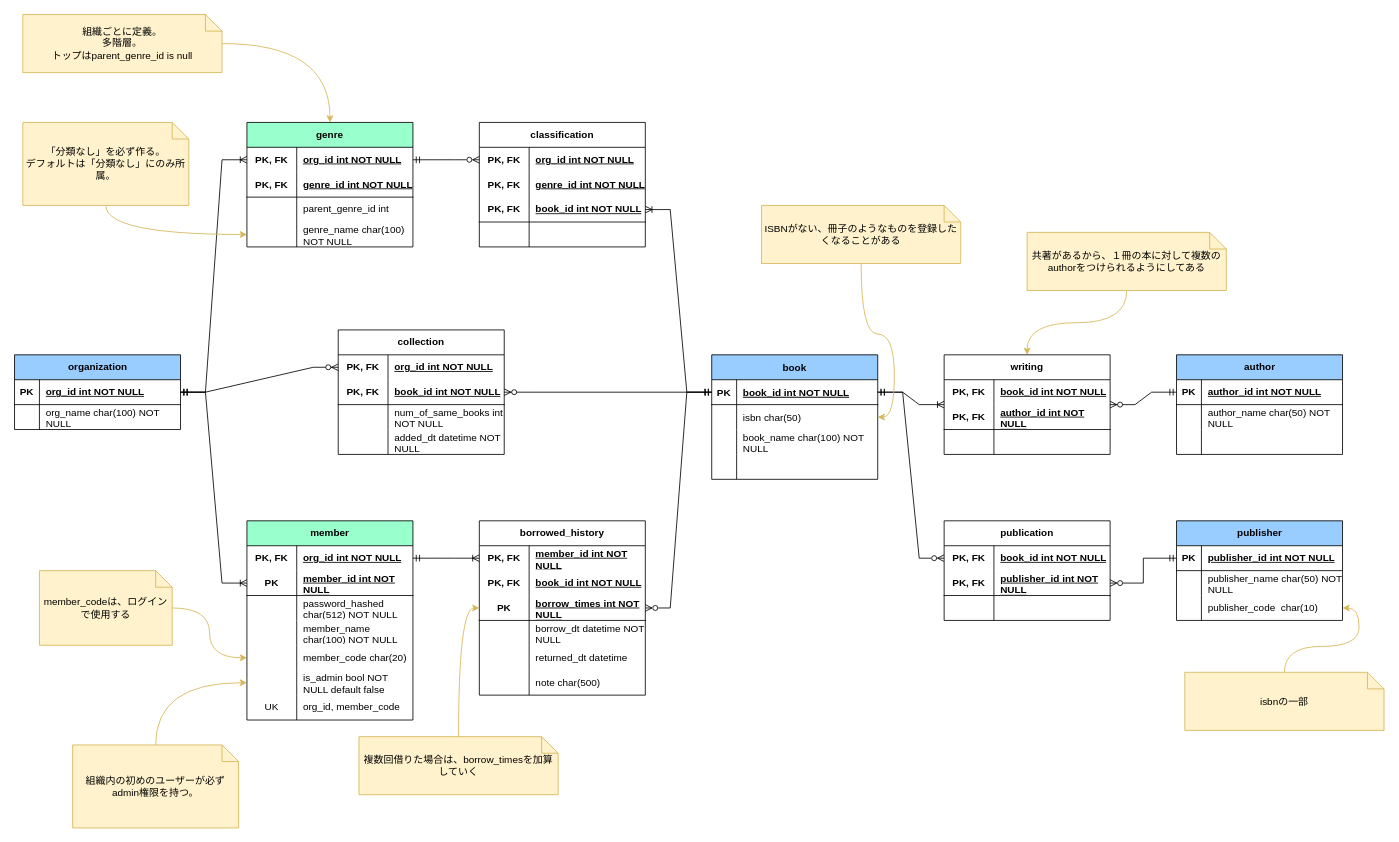
yo16/bookshelf_2023 keeps this draw.io diagram as doc/er_diagram.drawio. Above is the earlier version. Source tidied: cells renumbered, new cells numbered last; positions are measured from the earlier drawing's top-left corner, leaving out a move shared by most shapes. Both pictures are drawn from the tidied source at 83%, with x=0, y=0 at pixel (14, 14).
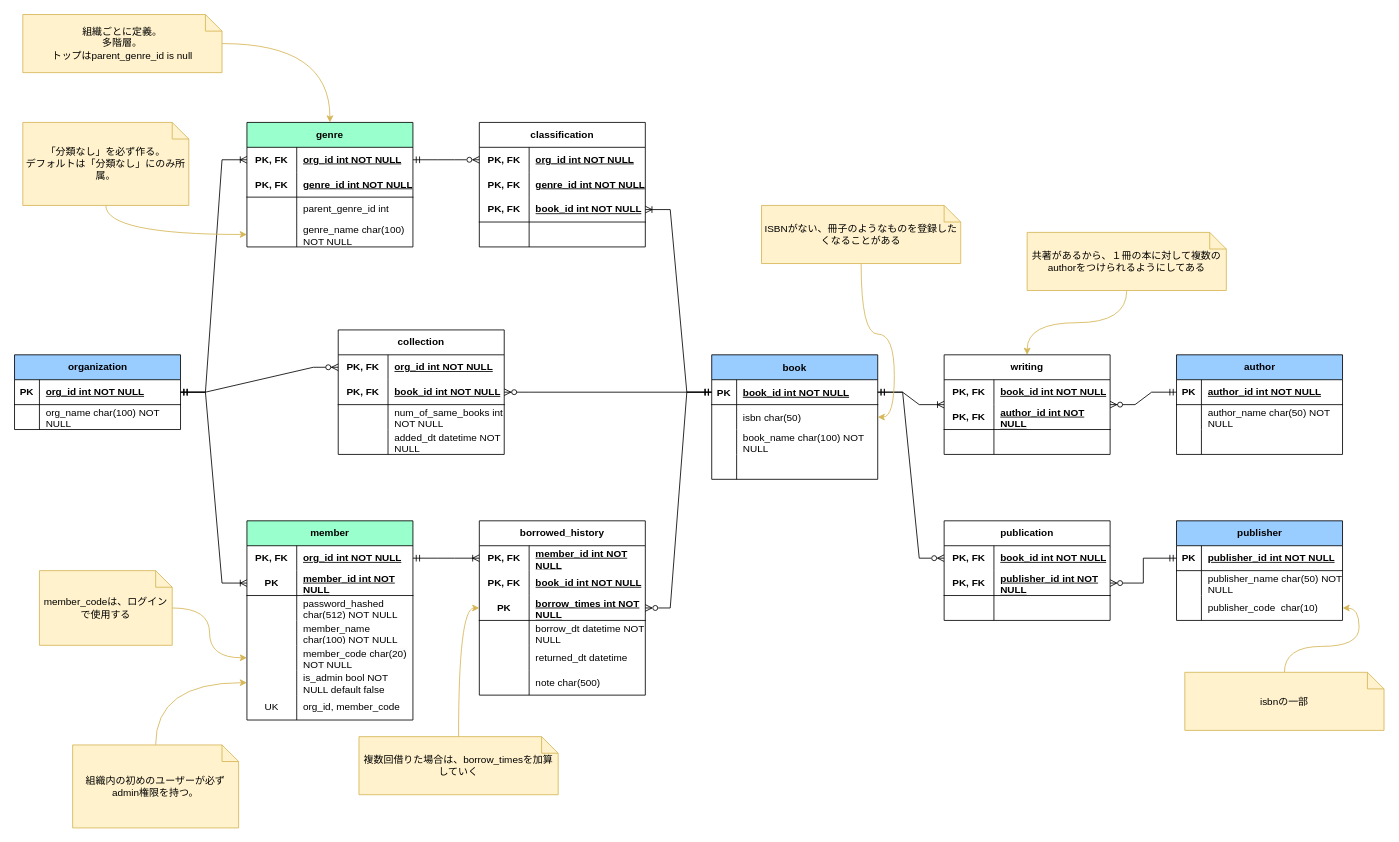
The same diagram, later.

Unchanged cells that the change refers to:
```xml
<mxCell id="157" style="shape=tableRow;horizontal=0;startSize=0;swimlaneHead=0;swimlaneBody=0;fillColor=none;points=[[0,0.5],[1,0.5]];portConstraint=eastwest;top=0;left=0;right=0;bottom=0;html=1;" parent="144" vertex="1">
  <mxGeometry y="150" width="200" height="30" as="geometry" />
</mxCell>
```

What changed in the source:
```diff
@@
-    <mxCell id="159" value="&lt;span style=&quot;color: rgb(0, 0, 0); font-family: Helvetica; font-size: 12px; font-style: normal; font-variant-ligatures: normal; font-variant-caps: normal; font-weight: 400; letter-spacing: normal; orphans: 2; text-align: left; text-indent: 0px; text-transform: none; widows: 2; word-spacing: 0px; -webkit-text-stroke-width: 0px; background-color: rgb(251, 251, 251); text-decoration-thickness: initial; text-decoration-style: initial; text-decoration-color: initial; float: none; display: inline !important;&quot;&gt;member_code char(20)&lt;/span&gt;" style="shape=partialRectangle;fillColor=none;top=0;left=0;bottom=0;right=0;align=left;spacingLeft=6;overflow=hidden;html=1;whiteSpace=wrap;" parent="157" vertex="1">
+    <mxCell id="159" value="&lt;span style=&quot;color: rgb(0, 0, 0); font-family: Helvetica; font-size: 12px; font-style: normal; font-variant-ligatures: normal; font-variant-caps: normal; font-weight: 400; letter-spacing: normal; orphans: 2; text-align: left; text-indent: 0px; text-transform: none; widows: 2; word-spacing: 0px; -webkit-text-stroke-width: 0px; background-color: rgb(251, 251, 251); text-decoration-thickness: initial; text-decoration-style: initial; text-decoration-color: initial; float: none; display: inline !important;&quot;&gt;member_code char(20) NOT NULL&lt;/span&gt;" style="shape=partialRectangle;fillColor=none;top=0;left=0;bottom=0;right=0;align=left;spacingLeft=6;overflow=hidden;html=1;whiteSpace=wrap;" parent="157" vertex="1">
       <mxGeometry x="60" width="140" height="30" as="geometry" />
     </mxCell>
```
